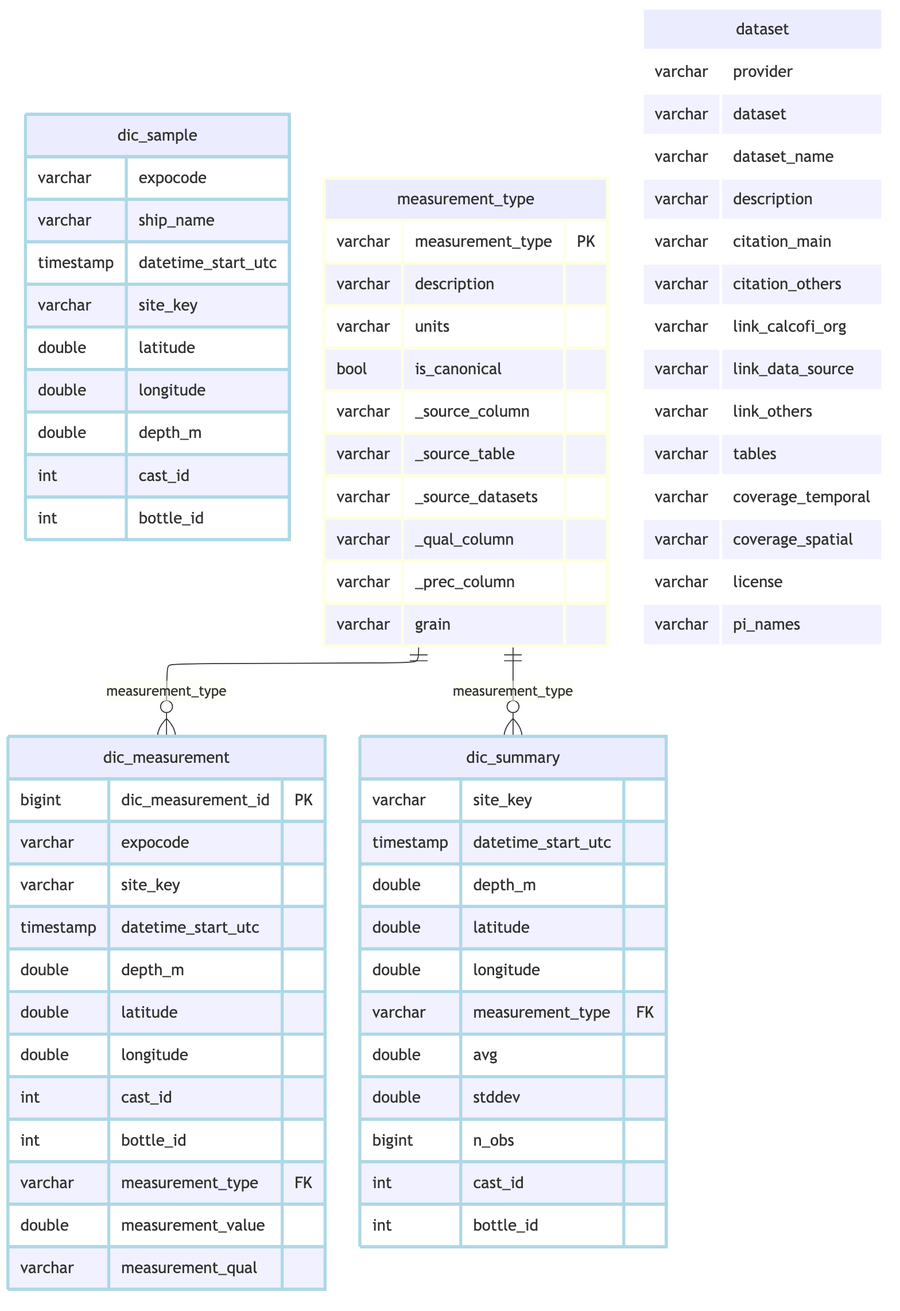
The Mermaid diagram _output/ingest_calcofi_dic_files/figure-html/schema-1.png in CalCOFI/workflows, before a commit. Its source is kept beside it as _output/ingest_calcofi_dic_files/figure-html/schema-1.mmd. Its diagram source:
```mermaid
---
config:
  layout: elk
---
erDiagram
    dic_sample {
        varchar expocode
        varchar ship_name
        timestamp datetime_start_utc
        varchar site_key
        double latitude
        double longitude
        double depth_m
        int cast_id
        int bottle_id
    }
    dic_measurement {
        bigint dic_measurement_id PK
        varchar expocode
        varchar site_key
        timestamp datetime_start_utc
        double depth_m
        double latitude
        double longitude
        int cast_id
        int bottle_id
        varchar measurement_type FK
        double measurement_value
        varchar measurement_qual
    }
    dic_summary {
        varchar site_key
        timestamp datetime_start_utc
        double depth_m
        double latitude
        double longitude
        varchar measurement_type FK
        double avg
        double stddev
        bigint n_obs
        int cast_id
        int bottle_id
    }
    measurement_type {
        varchar measurement_type PK
        varchar description
        varchar units
        bool is_canonical
        varchar _source_column
        varchar _source_table
        varchar _source_datasets
        varchar _qual_column
        varchar _prec_column
        varchar grain
    }
    dataset {
        varchar provider
        varchar dataset
        varchar dataset_name
        varchar description
        varchar citation_main
        varchar citation_others
        varchar link_calcofi_org
        varchar link_data_source
        varchar link_others
        varchar tables
        varchar coverage_temporal
        varchar coverage_spatial
        varchar license
        varchar pi_names
    }
    measurement_type ||--o{ dic_measurement : "measurement_type"
    measurement_type ||--o{ dic_summary : "measurement_type"
    classDef lightblue stroke:#ADD8E6,stroke-width:3px
    class dic_sample,dic_measurement,dic_summary lightblue
    classDef lightyellow stroke:#FFFFE0,stroke-width:3px
    class measurement_type lightyellow
    classDef white stroke:#FFFFFF,stroke-width:3px
    class dataset white
```
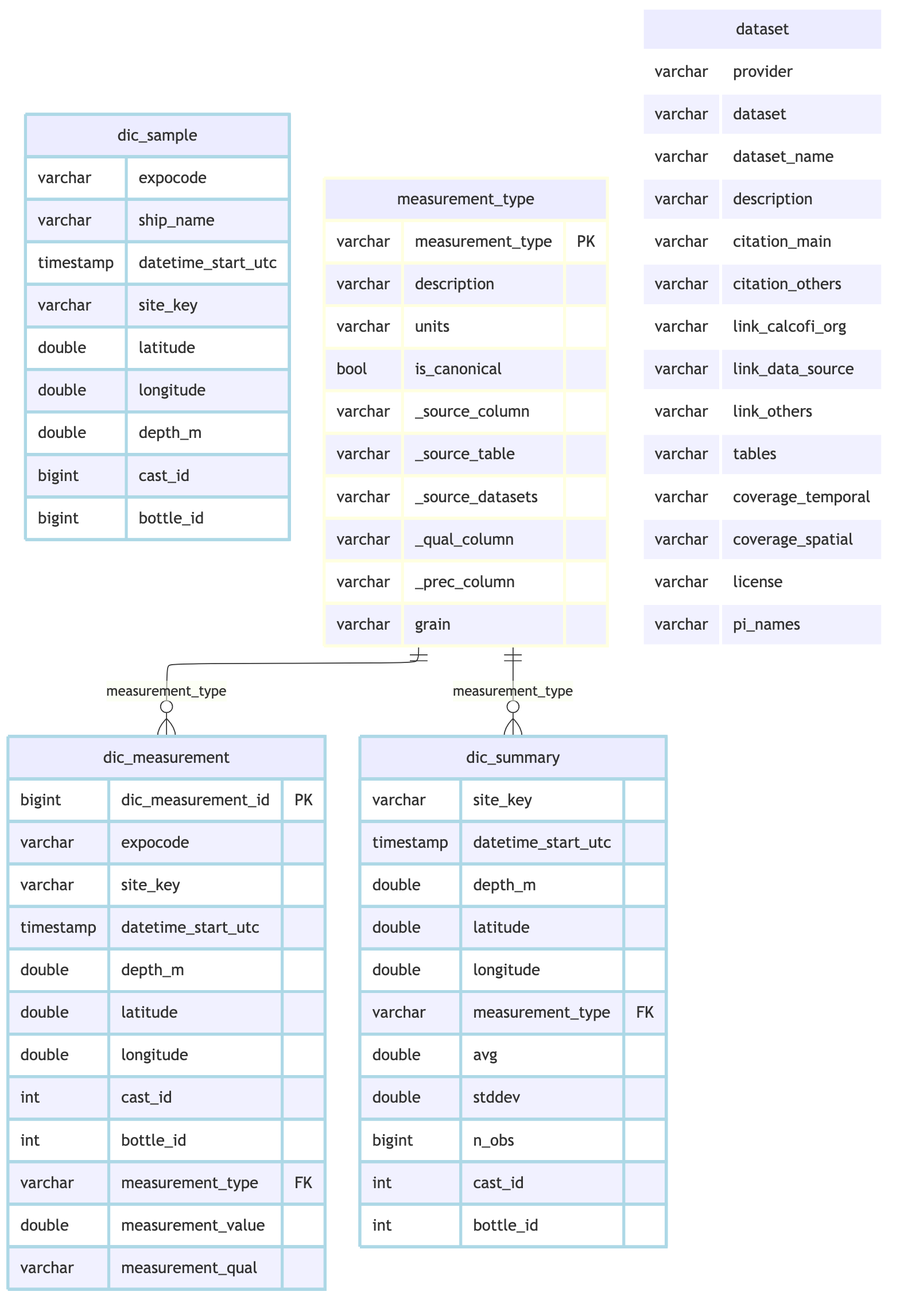
Above is the later version.

Change to the diagram source:
```diff
@@ -11,8 +11,8 @@
         double latitude
         double longitude
         double depth_m
-        int cast_id
-        int bottle_id
+        bigint cast_id
+        bigint bottle_id
     }
     dic_measurement {
         bigint dic_measurement_id PK
```
